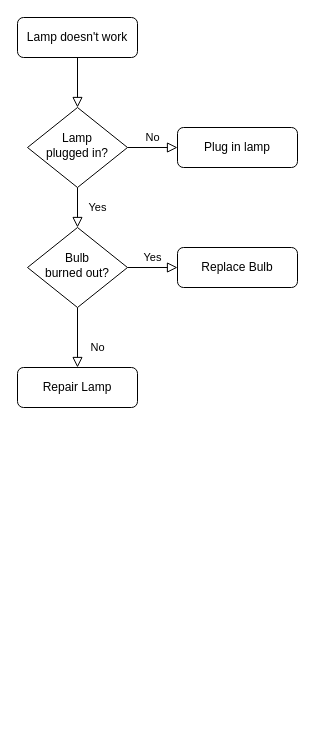
Before: Untitled Diagram.drawio in sharonllcj/CSflowchart, a draw.io diagram. Source tidied: cells renumbered, new cells numbered last; positions are measured from the earlier drawing's top-left corner, leaving out a move shared by most shapes. Both pictures are drawn from the tidied source at 100%, with x=0, y=0 at pixel (17, 17).
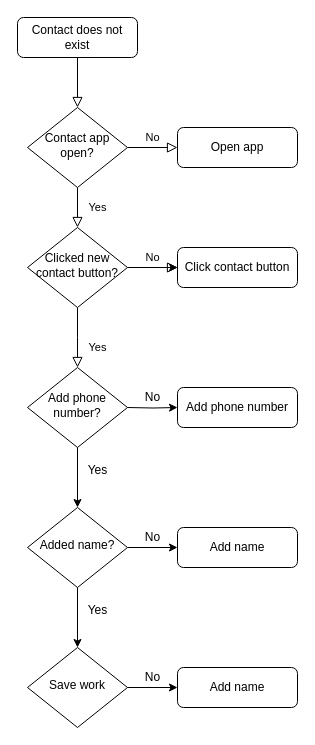
The same page after the edit.

The edit, as a diff of the source:
```diff
@@
-    <mxCell id="3" value="Lamp doesn't work" style="rounded=1;whiteSpace=wrap;html=1;fontSize=12;glass=0;strokeWidth=1;shadow=0;" parent="1" vertex="1">
+    <mxCell id="3" value="Contact does not exist" style="rounded=1;whiteSpace=wrap;html=1;fontSize=12;glass=0;strokeWidth=1;shadow=0;" parent="1" vertex="1">
       <mxGeometry width="120" height="40" as="geometry" />
     </mxCell>
@@
-    <mxCell id="6" value="Lamp&lt;br&gt;plugged in?" style="rhombus;whiteSpace=wrap;html=1;shadow=0;fontFamily=Helvetica;fontSize=12;align=center;strokeWidth=1;spacing=6;spacingTop=-4;" parent="1" vertex="1">
+    <mxCell id="6" value="Contact app open?" style="rhombus;whiteSpace=wrap;html=1;shadow=0;fontFamily=Helvetica;fontSize=12;align=center;strokeWidth=1;spacing=6;spacingTop=-4;" parent="1" vertex="1">
       <mxGeometry x="10" y="90" width="100" height="80" as="geometry" />
     </mxCell>
-    <mxCell id="7" value="Plug in lamp" style="rounded=1;whiteSpace=wrap;html=1;fontSize=12;glass=0;strokeWidth=1;shadow=0;" parent="1" vertex="1">
+    <mxCell id="7" value="Open app" style="rounded=1;whiteSpace=wrap;html=1;fontSize=12;glass=0;strokeWidth=1;shadow=0;" parent="1" vertex="1">
       <mxGeometry x="160" y="110" width="120" height="40" as="geometry" />
     </mxCell>
-    <mxCell id="8" value="No" style="rounded=0;html=1;jettySize=auto;fontSize=11;endArrow=block;endFill=0;endSize=8;strokeWidth=1;shadow=0;labelBackgroundColor=none;edgeStyle=orthogonalEdgeStyle;" parent="1" edge="1" source="10" target="11">
-      <mxGeometry x="0.33" y="20" relative="1" as="geometry" />
+    <mxCell id="8" value="Yes" style="rounded=0;html=1;jettySize=auto;fontSize=11;endArrow=block;endFill=0;endSize=8;strokeWidth=1;shadow=0;labelBackgroundColor=none;edgeStyle=orthogonalEdgeStyle;" parent="1" edge="1" source="10">
+      <mxGeometry x="0.32" y="20" relative="1" as="geometry">
+        <mxPoint x="60" y="350" as="targetPoint" />
+      </mxGeometry>
     </mxCell>
-    <mxCell id="9" value="Yes" style="edgeStyle=orthogonalEdgeStyle;rounded=0;html=1;jettySize=auto;fontSize=11;endArrow=block;endFill=0;endSize=8;strokeWidth=1;shadow=0;labelBackgroundColor=none;" parent="1" edge="1" source="10" target="12">
+    <mxCell id="9" value="No" style="edgeStyle=orthogonalEdgeStyle;rounded=0;html=1;jettySize=auto;fontSize=11;endArrow=block;endFill=0;endSize=8;strokeWidth=1;shadow=0;labelBackgroundColor=none;" parent="1" edge="1" source="10" target="12">
       <mxGeometry y="10" relative="1" as="geometry" />
     </mxCell>
+    <mxCell id="13" style="edgeStyle=orthogonalEdgeStyle;rounded=0;jettySize=auto;html=1;" parent="1" edge="1" source="10" target="12">
+      <mxGeometry relative="1" as="geometry" />
+    </mxCell>
-    <mxCell id="10" value="Bulb&lt;br&gt;burned out?" style="rhombus;whiteSpace=wrap;html=1;shadow=0;fontFamily=Helvetica;fontSize=12;align=center;strokeWidth=1;spacing=6;spacingTop=-4;" parent="1" vertex="1">
+    <mxCell id="10" value="Clicked new contact button?" style="rhombus;whiteSpace=wrap;html=1;shadow=0;fontFamily=Helvetica;fontSize=12;align=center;strokeWidth=1;spacing=6;spacingTop=-4;" parent="1" vertex="1">
       <mxGeometry x="10" y="210" width="100" height="80" as="geometry" />
     </mxCell>
-    <mxCell id="11" value="Repair Lamp" style="rounded=1;whiteSpace=wrap;html=1;fontSize=12;glass=0;strokeWidth=1;shadow=0;" parent="1" vertex="1">
-      <mxGeometry y="350" width="120" height="40" as="geometry" />
-    </mxCell>
-    <mxCell id="12" value="Replace Bulb" style="rounded=1;whiteSpace=wrap;html=1;fontSize=12;glass=0;strokeWidth=1;shadow=0;" parent="1" vertex="1">
+    <mxCell id="12" value="Click contact button" style="rounded=1;whiteSpace=wrap;html=1;fontSize=12;glass=0;strokeWidth=1;shadow=0;" parent="1" vertex="1">
       <mxGeometry x="160" y="230" width="120" height="40" as="geometry" />
     </mxCell>
+    <mxCell id="14" value="Add phone number?" style="rhombus;whiteSpace=wrap;html=1;shadow=0;fontFamily=Helvetica;fontSize=12;align=center;strokeWidth=1;spacing=6;spacingTop=-4;" parent="1" vertex="1">
+      <mxGeometry x="10" y="350" width="100" height="80" as="geometry" />
+    </mxCell>
+    <mxCell id="15" value="Add phone number" style="rounded=1;whiteSpace=wrap;html=1;fontSize=12;glass=0;strokeWidth=1;shadow=0;" parent="1" vertex="1">
+      <mxGeometry x="160" y="370" width="120" height="40" as="geometry" />
+    </mxCell>
+    <mxCell id="16" style="edgeStyle=orthogonalEdgeStyle;rounded=0;jettySize=auto;html=1;" parent="1" edge="1" target="15">
+      <mxGeometry relative="1" as="geometry">
+        <mxPoint x="110" y="390" as="sourcePoint" />
+      </mxGeometry>
+    </mxCell>
+    <mxCell id="17" value="No" style="text;html=1;align=center;verticalAlign=middle;strokeColor=none;fillColor=none;" parent="1" vertex="1">
+      <mxGeometry x="115" y="365" width="40" height="30" as="geometry" />
+    </mxCell>
+    <mxCell id="18" value="Added name?" style="rhombus;whiteSpace=wrap;html=1;shadow=0;fontFamily=Helvetica;fontSize=12;align=center;strokeWidth=1;spacing=6;spacingTop=-4;" parent="1" vertex="1">
+      <mxGeometry x="10" y="490" width="100" height="80" as="geometry" />
+    </mxCell>
+    <mxCell id="19" value="Add name" style="rounded=1;whiteSpace=wrap;html=1;fontSize=12;glass=0;strokeWidth=1;shadow=0;" parent="1" vertex="1">
+      <mxGeometry x="160" y="510" width="120" height="40" as="geometry" />
+    </mxCell>
+    <mxCell id="20" value="No" style="text;html=1;align=center;verticalAlign=middle;strokeColor=none;fillColor=none;" parent="1" vertex="1">
+      <mxGeometry x="115" y="505" width="40" height="30" as="geometry" />
+    </mxCell>
+    <mxCell id="21" style="endArrow=classic;html=1;rounded=0;entryX=0;entryY=0.5;entryDx=0;entryDy=0;" parent="1" edge="1" target="19">
+      <mxGeometry relative="1" as="geometry">
+        <mxPoint x="110" y="530" as="sourcePoint" />
+      </mxGeometry>
+    </mxCell>
+    <mxCell id="22" value="Yes" style="text;html=1;align=center;verticalAlign=middle;strokeColor=none;fillColor=none;" parent="1" vertex="1">
+      <mxGeometry x="60" y="438" width="40" height="30" as="geometry" />
+    </mxCell>
+    <mxCell id="23" value="Save work" style="rhombus;whiteSpace=wrap;html=1;shadow=0;fontFamily=Helvetica;fontSize=12;align=center;strokeWidth=1;spacing=6;spacingTop=-4;" parent="1" vertex="1">
+      <mxGeometry x="10" y="630" width="100" height="80" as="geometry" />
+    </mxCell>
+    <mxCell id="24" value="Yes" style="text;html=1;align=center;verticalAlign=middle;strokeColor=none;fillColor=none;" parent="1" vertex="1">
+      <mxGeometry x="60" y="578" width="40" height="30" as="geometry" />
+    </mxCell>
+    <mxCell id="25" style="endArrow=classic;html=1;rounded=0;entryX=0;entryY=0.5;entryDx=0;entryDy=0;" parent="1" edge="1" target="27">
+      <mxGeometry relative="1" as="geometry">
+        <mxPoint x="110" y="670" as="sourcePoint" />
+      </mxGeometry>
+    </mxCell>
+    <mxCell id="26" value="No" style="text;html=1;align=center;verticalAlign=middle;strokeColor=none;fillColor=none;" parent="1" vertex="1">
+      <mxGeometry x="115" y="645" width="40" height="30" as="geometry" />
+    </mxCell>
+    <mxCell id="27" value="Add name" style="rounded=1;whiteSpace=wrap;html=1;fontSize=12;glass=0;strokeWidth=1;shadow=0;" parent="1" vertex="1">
+      <mxGeometry x="160" y="650" width="120" height="40" as="geometry" />
+    </mxCell>
+    <mxCell id="28" style="endArrow=classic;html=1;rounded=0;entryX=0.5;entryY=0;entryDx=0;entryDy=0;" parent="1" edge="1" target="18">
+      <mxGeometry relative="1" as="geometry">
+        <mxPoint x="60" y="430" as="sourcePoint" />
+      </mxGeometry>
+    </mxCell>
+    <mxCell id="29" style="endArrow=classic;html=1;rounded=0;" parent="1" edge="1" target="23">
+      <mxGeometry relative="1" as="geometry">
+        <mxPoint x="60" y="570" as="sourcePoint" />
+      </mxGeometry>
+    </mxCell>
```
